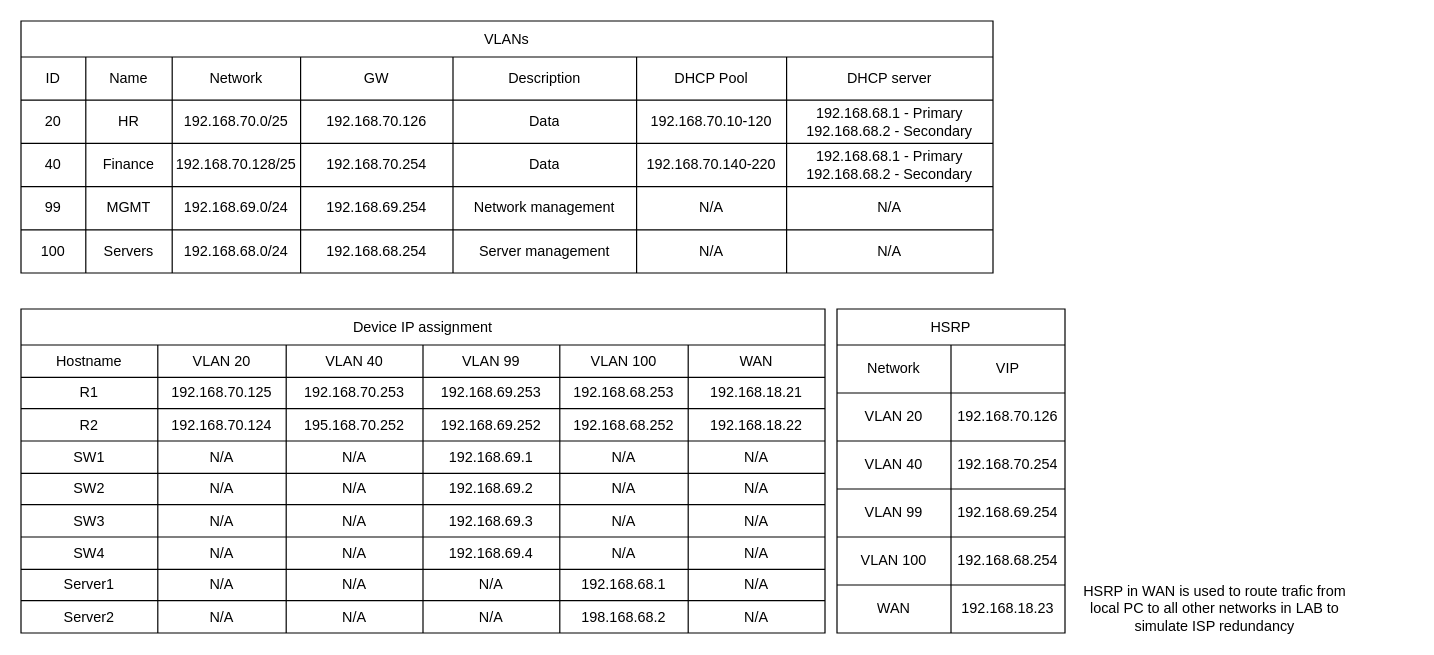
Before: page "Site1_details" (4 of 4) of network-documentation/network-diagram.drawio in hubert-nitka/monitoring-dashboard, a draw.io diagram. Source tidied: cells renumbered, new cells numbered last; positions are measured from the earlier drawing's top-left corner, leaving out a move shared by most shapes. Both pictures are drawn from the tidied source at 120%, with x=0, y=0 at pixel (20, 20).
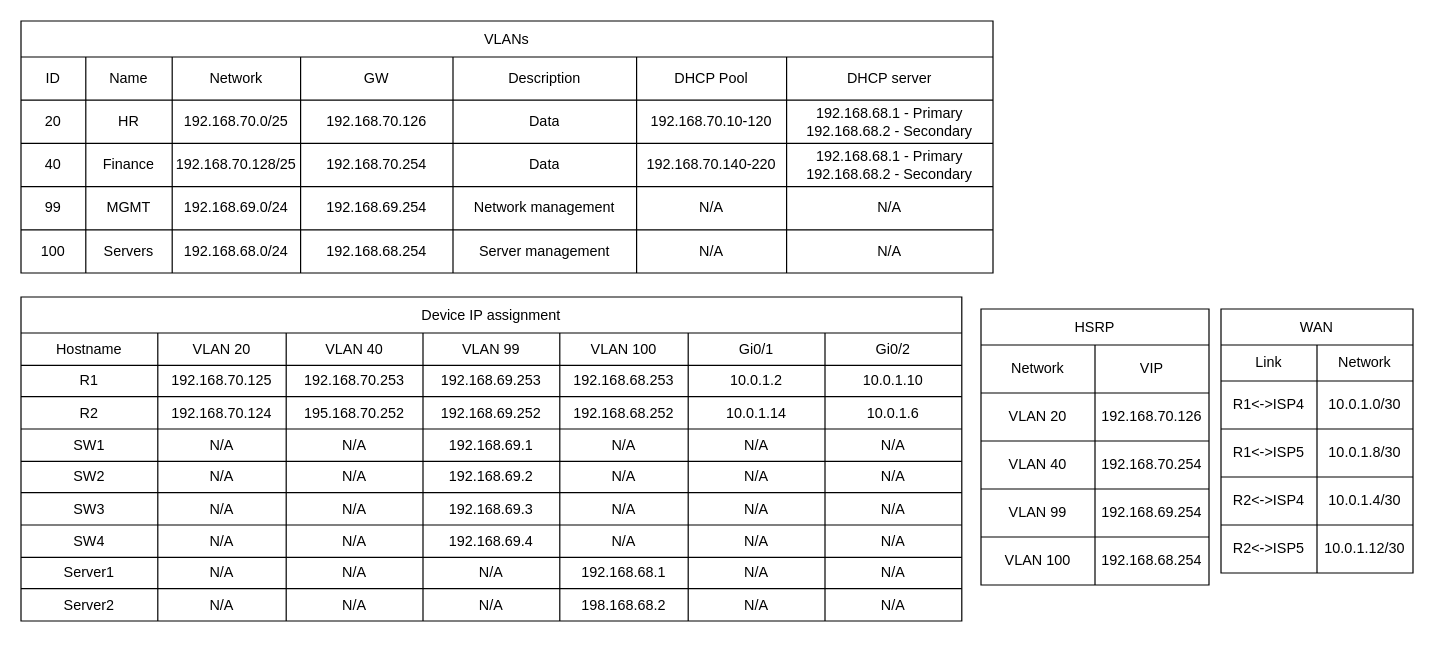
After the change.

The edit, as a diff of the source:
```diff
@@
     <mxCell id="43" value="Device IP assignment" style="shape=table;startSize=30;childLayout=tableLayout;" parent="1" vertex="1">
-      <mxGeometry y="240" width="670" height="270" as="geometry" />
+      <mxGeometry y="230" width="784" height="270" as="geometry" />
     </mxCell>
     <mxCell id="44" style="shape=tableRow;horizontal=0;startSize=0;swimlaneHead=0;swimlaneBody=0;strokeColor=inherit;top=0;left=0;bottom=0;right=0;fillColor=none;dashed=1;" parent="43" vertex="1">
-      <mxGeometry y="30" width="670" height="27" as="geometry" />
+      <mxGeometry y="30" width="784" height="27" as="geometry" />
     </mxCell>
@@
-    <mxCell id="50" value="WAN" style="shape=partialRectangle;html=1;whiteSpace=wrap;strokeColor=inherit;overflow=hidden;fillColor=none;top=0;left=0;bottom=0;right=0;dashed=1;" parent="44" vertex="1">
+    <mxCell id="50" value="Gi0/1" style="shape=partialRectangle;html=1;whiteSpace=wrap;strokeColor=inherit;overflow=hidden;fillColor=none;top=0;left=0;bottom=0;right=0;dashed=1;" parent="44" vertex="1">
       <mxGeometry x="556" width="114" height="27" as="geometry" />
     </mxCell>
+    <mxCell id="127" value="Gi0/2" style="shape=partialRectangle;html=1;whiteSpace=wrap;strokeColor=inherit;overflow=hidden;fillColor=none;top=0;left=0;bottom=0;right=0;dashed=1;" parent="44" vertex="1">
+      <mxGeometry x="670" width="114" height="27" as="geometry" />
+    </mxCell>
     <mxCell id="51" style="shape=tableRow;horizontal=0;startSize=0;swimlaneHead=0;swimlaneBody=0;strokeColor=inherit;top=0;left=0;bottom=0;right=0;fillColor=none;dashed=1;" parent="43" vertex="1">
-      <mxGeometry y="57" width="670" height="26" as="geometry" />
+      <mxGeometry y="57" width="784" height="26" as="geometry" />
     </mxCell>
@@
-    <mxCell id="57" value="192.168.18.21" style="shape=partialRectangle;html=1;whiteSpace=wrap;strokeColor=inherit;overflow=hidden;fillColor=none;top=0;left=0;bottom=0;right=0;dashed=1;" parent="51" vertex="1">
+    <mxCell id="57" value="10.0.1.2" style="shape=partialRectangle;html=1;whiteSpace=wrap;strokeColor=inherit;overflow=hidden;fillColor=none;top=0;left=0;bottom=0;right=0;dashed=1;" parent="51" vertex="1">
       <mxGeometry x="556" width="114" height="26" as="geometry" />
     </mxCell>
+    <mxCell id="128" value="10.0.1.10" style="shape=partialRectangle;html=1;whiteSpace=wrap;strokeColor=inherit;overflow=hidden;fillColor=none;top=0;left=0;bottom=0;right=0;dashed=1;" parent="51" vertex="1">
+      <mxGeometry x="670" width="114" height="26" as="geometry" />
+    </mxCell>
     <mxCell id="58" style="shape=tableRow;horizontal=0;startSize=0;swimlaneHead=0;swimlaneBody=0;strokeColor=inherit;top=0;left=0;bottom=0;right=0;fillColor=none;dashed=1;" parent="43" vertex="1">
-      <mxGeometry y="83" width="670" height="27" as="geometry" />
+      <mxGeometry y="83" width="784" height="27" as="geometry" />
     </mxCell>
@@
-    <mxCell id="64" value="192.168.18.22" style="shape=partialRectangle;html=1;whiteSpace=wrap;strokeColor=inherit;overflow=hidden;fillColor=none;top=0;left=0;bottom=0;right=0;dashed=1;" parent="58" vertex="1">
+    <mxCell id="64" value="10.0.1.14" style="shape=partialRectangle;html=1;whiteSpace=wrap;strokeColor=inherit;overflow=hidden;fillColor=none;top=0;left=0;bottom=0;right=0;dashed=1;" parent="58" vertex="1">
       <mxGeometry x="556" width="114" height="27" as="geometry" />
     </mxCell>
+    <mxCell id="129" value="10.0.1.6" style="shape=partialRectangle;html=1;whiteSpace=wrap;strokeColor=inherit;overflow=hidden;fillColor=none;top=0;left=0;bottom=0;right=0;dashed=1;" parent="58" vertex="1">
+      <mxGeometry x="670" width="114" height="27" as="geometry" />
+    </mxCell>
     <mxCell id="65" style="shape=tableRow;horizontal=0;startSize=0;swimlaneHead=0;swimlaneBody=0;strokeColor=inherit;top=0;left=0;bottom=0;right=0;fillColor=none;dashed=1;" parent="43" vertex="1">
-      <mxGeometry y="110" width="670" height="27" as="geometry" />
+      <mxGeometry y="110" width="784" height="27" as="geometry" />
     </mxCell>
@@
+    <mxCell id="130" value="N/A" style="shape=partialRectangle;html=1;whiteSpace=wrap;strokeColor=inherit;overflow=hidden;fillColor=none;top=0;left=0;bottom=0;right=0;dashed=1;" parent="65" vertex="1">
+      <mxGeometry x="670" width="114" height="27" as="geometry" />
+    </mxCell>
     <mxCell id="72" style="shape=tableRow;horizontal=0;startSize=0;swimlaneHead=0;swimlaneBody=0;strokeColor=inherit;top=0;left=0;bottom=0;right=0;fillColor=none;dashed=1;" parent="43" vertex="1">
-      <mxGeometry y="137" width="670" height="26" as="geometry" />
+      <mxGeometry y="137" width="784" height="26" as="geometry" />
     </mxCell>
@@
+    <mxCell id="131" value="N/A" style="shape=partialRectangle;html=1;whiteSpace=wrap;strokeColor=inherit;overflow=hidden;fillColor=none;top=0;left=0;bottom=0;right=0;dashed=1;" parent="72" vertex="1">
+      <mxGeometry x="670" width="114" height="26" as="geometry" />
+    </mxCell>
     <mxCell id="79" style="shape=tableRow;horizontal=0;startSize=0;swimlaneHead=0;swimlaneBody=0;strokeColor=inherit;top=0;left=0;bottom=0;right=0;fillColor=none;dashed=1;" parent="43" vertex="1">
-      <mxGeometry y="163" width="670" height="27" as="geometry" />
+      <mxGeometry y="163" width="784" height="27" as="geometry" />
     </mxCell>
@@
+    <mxCell id="132" value="N/A" style="shape=partialRectangle;html=1;whiteSpace=wrap;strokeColor=inherit;overflow=hidden;fillColor=none;top=0;left=0;bottom=0;right=0;dashed=1;" parent="79" vertex="1">
+      <mxGeometry x="670" width="114" height="27" as="geometry" />
+    </mxCell>
     <mxCell id="86" style="shape=tableRow;horizontal=0;startSize=0;swimlaneHead=0;swimlaneBody=0;strokeColor=inherit;top=0;left=0;bottom=0;right=0;fillColor=none;dashed=1;" parent="43" vertex="1">
-      <mxGeometry y="190" width="670" height="27" as="geometry" />
+      <mxGeometry y="190" width="784" height="27" as="geometry" />
     </mxCell>
@@
+    <mxCell id="133" value="N/A" style="shape=partialRectangle;html=1;whiteSpace=wrap;strokeColor=inherit;overflow=hidden;fillColor=none;top=0;left=0;bottom=0;right=0;dashed=1;" parent="86" vertex="1">
+      <mxGeometry x="670" width="114" height="27" as="geometry" />
+    </mxCell>
     <mxCell id="93" style="shape=tableRow;horizontal=0;startSize=0;swimlaneHead=0;swimlaneBody=0;strokeColor=inherit;top=0;left=0;bottom=0;right=0;fillColor=none;dashed=1;" parent="43" vertex="1">
-      <mxGeometry y="217" width="670" height="26" as="geometry" />
+      <mxGeometry y="217" width="784" height="26" as="geometry" />
     </mxCell>
@@
+    <mxCell id="134" value="N/A" style="shape=partialRectangle;html=1;whiteSpace=wrap;strokeColor=inherit;overflow=hidden;fillColor=none;top=0;left=0;bottom=0;right=0;dashed=1;" parent="93" vertex="1">
+      <mxGeometry x="670" width="114" height="26" as="geometry" />
+    </mxCell>
     <mxCell id="100" style="shape=tableRow;horizontal=0;startSize=0;swimlaneHead=0;swimlaneBody=0;strokeColor=inherit;top=0;left=0;bottom=0;right=0;fillColor=none;dashed=1;" parent="43" vertex="1">
-      <mxGeometry y="243" width="670" height="27" as="geometry" />
+      <mxGeometry y="243" width="784" height="27" as="geometry" />
     </mxCell>
@@
+    <mxCell id="135" value="N/A" style="shape=partialRectangle;html=1;whiteSpace=wrap;strokeColor=inherit;overflow=hidden;fillColor=none;top=0;left=0;bottom=0;right=0;dashed=1;" parent="100" vertex="1">
+      <mxGeometry x="670" width="114" height="27" as="geometry" />
+    </mxCell>
     <mxCell id="107" value="HSRP" style="shape=table;startSize=30;childLayout=tableLayout;" parent="1" vertex="1">
-      <mxGeometry x="680" y="240" width="190" height="270" as="geometry" />
+      <mxGeometry x="800" y="240" width="190" height="230" as="geometry" />
     </mxCell>
@@
-    <mxCell id="123" style="shape=tableRow;horizontal=0;startSize=0;swimlaneHead=0;swimlaneBody=0;strokeColor=inherit;top=0;left=0;bottom=0;right=0;fillColor=none;dashed=1;" parent="107" vertex="1">
-      <mxGeometry y="230" width="190" height="40" as="geometry" />
-    </mxCell>
-    <mxCell id="124" value="WAN" style="shape=partialRectangle;html=1;whiteSpace=wrap;strokeColor=inherit;overflow=hidden;fillColor=none;top=0;left=0;bottom=0;right=0;dashed=1;" parent="123" vertex="1">
-      <mxGeometry width="95" height="40" as="geometry" />
+    <mxCell id="124" value="WAN" style="shape=table;startSize=30;childLayout=tableLayout;fixedHeader=1;" parent="1" vertex="1">
+      <mxGeometry x="1000" y="240" width="160" height="220" as="geometry" />
     </mxCell>
-    <mxCell id="125" value="192.168.18.23" style="shape=partialRectangle;html=1;whiteSpace=wrap;strokeColor=inherit;overflow=hidden;fillColor=none;top=0;left=0;bottom=0;right=0;dashed=1;" parent="123" vertex="1">
-      <mxGeometry x="95" width="95" height="40" as="geometry" />
-    </mxCell>
-    <mxCell id="126" value="HSRP in WAN is used to route trafic from local PC to all other networks in LAB to simulate ISP redundancy" style="text;html=1;whiteSpace=wrap;strokeColor=none;fillColor=none;align=center;verticalAlign=middle;rounded=0;" parent="1" vertex="1">
-      <mxGeometry x="880" y="470" width="230" height="40" as="geometry" />
-    </mxCell>
+    <mxCell id="136" style="shape=tableRow;horizontal=0;startSize=0;swimlaneHead=0;swimlaneBody=0;strokeColor=inherit;top=0;left=0;bottom=0;right=0;fillColor=none;fixedHeader=1;" parent="124" vertex="1">
+      <mxGeometry y="30" width="160" height="30" as="geometry" />
+    </mxCell>
+    <mxCell id="137" value="Link" style="shape=partialRectangle;html=1;whiteSpace=wrap;strokeColor=inherit;overflow=hidden;fillColor=none;top=0;left=0;bottom=0;right=0;" parent="136" vertex="1">
+      <mxGeometry width="80" height="30" as="geometry" />
+    </mxCell>
+    <mxCell id="138" value="Network" style="shape=partialRectangle;html=1;whiteSpace=wrap;strokeColor=inherit;overflow=hidden;fillColor=none;top=0;left=0;bottom=0;right=0;" parent="136" vertex="1">
+      <mxGeometry x="80" width="80" height="30" as="geometry" />
+    </mxCell>
+    <mxCell id="139" style="shape=tableRow;horizontal=0;startSize=0;swimlaneHead=0;swimlaneBody=0;strokeColor=inherit;top=0;left=0;bottom=0;right=0;fillColor=none;fixedHeader=1;" parent="124" vertex="1">
+      <mxGeometry y="60" width="160" height="40" as="geometry" />
+    </mxCell>
+    <mxCell id="140" value="R1&amp;lt;-&amp;gt;ISP4" style="shape=partialRectangle;html=1;whiteSpace=wrap;strokeColor=inherit;overflow=hidden;fillColor=none;top=0;left=0;bottom=0;right=0;" parent="139" vertex="1">
+      <mxGeometry width="80" height="40" as="geometry" />
+    </mxCell>
+    <mxCell id="141" value="10.0.1.0/30" style="shape=partialRectangle;html=1;whiteSpace=wrap;strokeColor=inherit;overflow=hidden;fillColor=none;top=0;left=0;bottom=0;right=0;" parent="139" vertex="1">
+      <mxGeometry x="80" width="80" height="40" as="geometry" />
+    </mxCell>
+    <mxCell id="142" style="shape=tableRow;horizontal=0;startSize=0;swimlaneHead=0;swimlaneBody=0;strokeColor=inherit;top=0;left=0;bottom=0;right=0;fillColor=none;fixedHeader=1;" parent="124" vertex="1">
+      <mxGeometry y="100" width="160" height="40" as="geometry" />
+    </mxCell>
+    <mxCell id="143" value="R1&amp;lt;-&amp;gt;ISP5" style="shape=partialRectangle;html=1;whiteSpace=wrap;strokeColor=inherit;overflow=hidden;fillColor=none;top=0;left=0;bottom=0;right=0;" parent="142" vertex="1">
+      <mxGeometry width="80" height="40" as="geometry" />
+    </mxCell>
+    <mxCell id="144" value="10.0.1.8/30" style="shape=partialRectangle;html=1;whiteSpace=wrap;strokeColor=inherit;overflow=hidden;fillColor=none;top=0;left=0;bottom=0;right=0;" parent="142" vertex="1">
+      <mxGeometry x="80" width="80" height="40" as="geometry" />
+    </mxCell>
+    <mxCell id="145" style="shape=tableRow;horizontal=0;startSize=0;swimlaneHead=0;swimlaneBody=0;strokeColor=inherit;top=0;left=0;bottom=0;right=0;fillColor=none;fixedHeader=1;" parent="124" vertex="1">
+      <mxGeometry y="140" width="160" height="40" as="geometry" />
+    </mxCell>
+    <mxCell id="146" value="R2&amp;lt;-&amp;gt;ISP4" style="shape=partialRectangle;html=1;whiteSpace=wrap;strokeColor=inherit;overflow=hidden;fillColor=none;top=0;left=0;bottom=0;right=0;" parent="145" vertex="1">
+      <mxGeometry width="80" height="40" as="geometry" />
+    </mxCell>
+    <mxCell id="147" value="10.0.1.4/30" style="shape=partialRectangle;html=1;whiteSpace=wrap;strokeColor=inherit;overflow=hidden;fillColor=none;top=0;left=0;bottom=0;right=0;" parent="145" vertex="1">
+      <mxGeometry x="80" width="80" height="40" as="geometry" />
+    </mxCell>
+    <mxCell id="148" style="shape=tableRow;horizontal=0;startSize=0;swimlaneHead=0;swimlaneBody=0;strokeColor=inherit;top=0;left=0;bottom=0;right=0;fillColor=none;fixedHeader=1;" parent="124" vertex="1">
+      <mxGeometry y="180" width="160" height="40" as="geometry" />
+    </mxCell>
+    <mxCell id="149" value="R2&amp;lt;-&amp;gt;ISP5" style="shape=partialRectangle;html=1;whiteSpace=wrap;strokeColor=inherit;overflow=hidden;fillColor=none;top=0;left=0;bottom=0;right=0;" parent="148" vertex="1">
+      <mxGeometry width="80" height="40" as="geometry" />
+    </mxCell>
+    <mxCell id="150" value="10.0.1.12/30" style="shape=partialRectangle;html=1;whiteSpace=wrap;strokeColor=inherit;overflow=hidden;fillColor=none;top=0;left=0;bottom=0;right=0;" parent="148" vertex="1">
+      <mxGeometry x="80" width="80" height="40" as="geometry" />
+    </mxCell>
```
